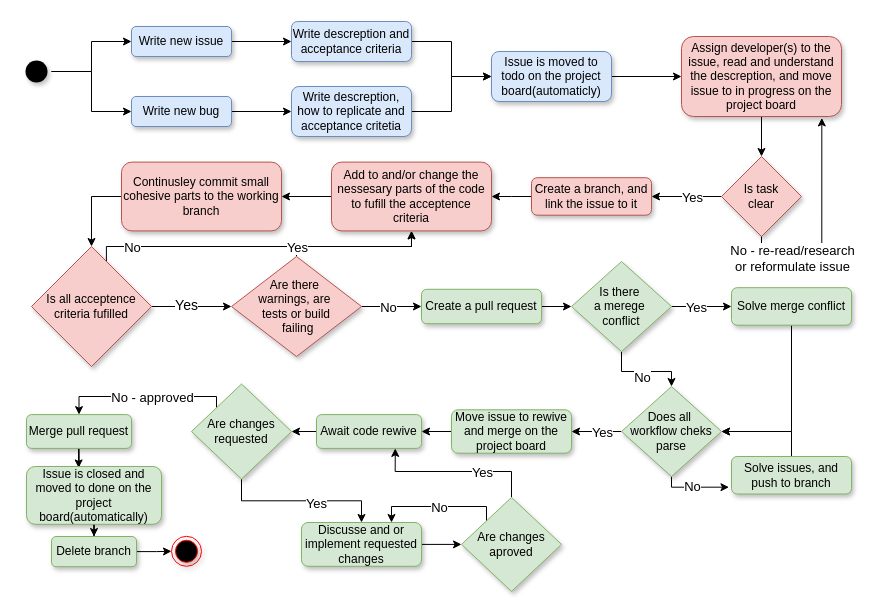
ITU-BDSA2024-GROUP10/Chirp keeps this draw.io diagram as docs/models/FromIssueToMerged.drawio. Above is the earlier version. Source tidied: cells renumbered, new cells numbered last; positions are measured from the earlier drawing's top-left corner, leaving out a move shared by most shapes. Both pictures are drawn from the tidied source at 100%, with x=0, y=0 at pixel (21, 21).
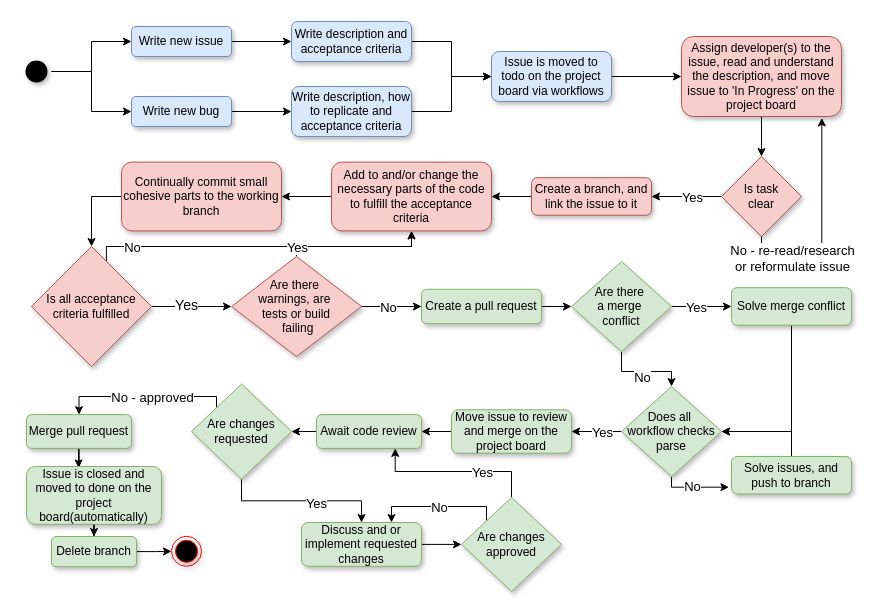
The same page after the edit.

Commit message:
Corrected spelling and wording

What changed in the source:
```diff
@@
-    <mxCell id="10" value="Write descreption and acceptance criteria" style="rounded=1;whiteSpace=wrap;html=1;shadow=1;fillColor=#dae8fc;strokeColor=#6c8ebf;" parent="1" vertex="1">
+    <mxCell id="10" value="Write description and acceptance criteria" style="rounded=1;whiteSpace=wrap;html=1;shadow=1;fillColor=#dae8fc;strokeColor=#6c8ebf;" parent="1" vertex="1">
       <mxGeometry x="270" width="120" height="40" as="geometry" />
     </mxCell>
@@
-    <mxCell id="12" value="Write descreption, how to replicate and acceptance critetia" style="rounded=1;whiteSpace=wrap;html=1;shadow=1;fillColor=#dae8fc;strokeColor=#6c8ebf;" parent="1" vertex="1">
+    <mxCell id="12" value="Write description, how to replicate and acceptance criteria" style="rounded=1;whiteSpace=wrap;html=1;shadow=1;fillColor=#dae8fc;strokeColor=#6c8ebf;" parent="1" vertex="1">
       <mxGeometry x="270" y="65" width="120" height="50" as="geometry" />
     </mxCell>
@@
-    <mxCell id="14" value="Issue is moved to todo on the project board(automaticly)" style="rounded=1;whiteSpace=wrap;html=1;shadow=1;fillColor=#dae8fc;strokeColor=#6c8ebf;" parent="1" vertex="1">
+    <mxCell id="14" value="Issue is moved to todo on the project board via workflows" style="rounded=1;whiteSpace=wrap;html=1;shadow=1;fillColor=#dae8fc;strokeColor=#6c8ebf;" parent="1" vertex="1">
       <mxGeometry x="470" y="30" width="120" height="50" as="geometry" />
     </mxCell>
@@
-    <mxCell id="16" value="Assign developer(s) to the issue, read and understand the descreption, and move issue to in progress on the project board" style="rounded=1;whiteSpace=wrap;html=1;shadow=1;fillColor=#f8cecc;strokeColor=#b85450;" parent="1" vertex="1">
+    <mxCell id="16" value="Assign developer(s) to the issue, read and understand the description, and move issue to 'In Progress' on the project board" style="rounded=1;whiteSpace=wrap;html=1;shadow=1;fillColor=#f8cecc;strokeColor=#b85450;" parent="1" vertex="1">
       <mxGeometry x="660" y="15" width="160" height="80" as="geometry" />
     </mxCell>
@@
-    <mxCell id="25" value="Add to and/or change the nessesary parts of the code to fufill the acceptence criteria" style="rounded=1;whiteSpace=wrap;html=1;shadow=1;fillColor=#f8cecc;strokeColor=#b85450;" parent="1" vertex="1">
+    <mxCell id="25" value="Add to and/or change the necessary parts of the code to fulfill the acceptance criteria" style="rounded=1;whiteSpace=wrap;html=1;shadow=1;fillColor=#f8cecc;strokeColor=#b85450;" parent="1" vertex="1">
       <mxGeometry x="310" y="140.6" width="160" height="68.8" as="geometry" />
     </mxCell>
@@
-    <mxCell id="27" value="Continusley commit small cohesive parts to the working branch" style="rounded=1;whiteSpace=wrap;html=1;shadow=1;fillColor=#f8cecc;strokeColor=#b85450;" parent="1" vertex="1">
+    <mxCell id="27" value="Continually commit small cohesive parts to the working branch" style="rounded=1;whiteSpace=wrap;html=1;shadow=1;fillColor=#f8cecc;strokeColor=#b85450;" parent="1" vertex="1">
       <mxGeometry x="100" y="140.6" width="160" height="68.8" as="geometry" />
     </mxCell>
@@
-    <mxCell id="32" value="Is all acceptence criteria fufilled" style="rhombus;whiteSpace=wrap;html=1;shadow=1;fillColor=#f8cecc;strokeColor=#b85450;" parent="1" vertex="1">
+    <mxCell id="32" value="Is all acceptance criteria fulfilled" style="rhombus;whiteSpace=wrap;html=1;shadow=1;fillColor=#f8cecc;strokeColor=#b85450;" parent="1" vertex="1">
       <mxGeometry x="10" y="225" width="120" height="120" as="geometry" />
     </mxCell>
@@
-    <mxCell id="44" value="Is there&amp;nbsp;&lt;div&gt;a merege&amp;nbsp;&lt;/div&gt;&lt;div&gt;conflict&lt;/div&gt;" style="rhombus;whiteSpace=wrap;html=1;shadow=1;fillColor=#d5e8d4;strokeColor=#82b366;" parent="1" vertex="1">
+    <mxCell id="44" value="Are there&amp;nbsp;&lt;div&gt;a merge&amp;nbsp;&lt;/div&gt;&lt;div&gt;conflict&lt;/div&gt;" style="rhombus;whiteSpace=wrap;html=1;shadow=1;fillColor=#d5e8d4;strokeColor=#82b366;" parent="1" vertex="1">
       <mxGeometry x="550" y="240" width="100" height="90" as="geometry" />
     </mxCell>
@@
-    <mxCell id="51" value="Does all&amp;nbsp;&lt;div&gt;workflow cheks parse&lt;/div&gt;" style="rhombus;whiteSpace=wrap;html=1;shadow=1;fillColor=#d5e8d4;strokeColor=#82b366;" parent="1" vertex="1">
+    <mxCell id="51" value="Does all&amp;nbsp;&lt;div&gt;workflow checks parse&lt;/div&gt;" style="rhombus;whiteSpace=wrap;html=1;shadow=1;fillColor=#d5e8d4;strokeColor=#82b366;" parent="1" vertex="1">
       <mxGeometry x="600" y="365" width="100" height="90" as="geometry" />
     </mxCell>
@@
-    <mxCell id="53" value="&lt;div&gt;Move issue to rewive and merge on the project board&lt;br&gt;&lt;/div&gt;" style="rounded=1;whiteSpace=wrap;html=1;shadow=1;fillColor=#d5e8d4;strokeColor=#82b366;" parent="1" vertex="1">
+    <mxCell id="53" value="&lt;div&gt;Move issue to review and merge on the project board&lt;br&gt;&lt;/div&gt;" style="rounded=1;whiteSpace=wrap;html=1;shadow=1;fillColor=#d5e8d4;strokeColor=#82b366;" parent="1" vertex="1">
       <mxGeometry x="430" y="388.3" width="120" height="43.4" as="geometry" />
     </mxCell>
@@
-    <mxCell id="62" value="&lt;div&gt;Discusse and or implement requested changes&lt;/div&gt;" style="rounded=1;whiteSpace=wrap;html=1;shadow=1;fillColor=#d5e8d4;strokeColor=#82b366;" parent="1" vertex="1">
+    <mxCell id="62" value="&lt;div&gt;Discuss and or implement requested changes&lt;/div&gt;" style="rounded=1;whiteSpace=wrap;html=1;shadow=1;fillColor=#d5e8d4;strokeColor=#82b366;" parent="1" vertex="1">
       <mxGeometry x="280" y="501" width="120" height="43.8" as="geometry" />
     </mxCell>
@@
-    <mxCell id="67" value="Are changes aproved" style="rhombus;whiteSpace=wrap;html=1;shadow=1;fillColor=#d5e8d4;strokeColor=#82b366;" parent="1" vertex="1">
+    <mxCell id="67" value="Are changes approved" style="rhombus;whiteSpace=wrap;html=1;shadow=1;fillColor=#d5e8d4;strokeColor=#82b366;" parent="1" vertex="1">
       <mxGeometry x="440" y="475.9" width="100" height="94" as="geometry" />
     </mxCell>
@@
-    <mxCell id="69" value="Await code rewive" style="rounded=1;whiteSpace=wrap;html=1;shadow=1;fillColor=#d5e8d4;strokeColor=#82b366;" parent="1" vertex="1">
+    <mxCell id="69" value="Await code review" style="rounded=1;whiteSpace=wrap;html=1;shadow=1;fillColor=#d5e8d4;strokeColor=#82b366;" parent="1" vertex="1">
       <mxGeometry x="295" y="393.1" width="105" height="33.8" as="geometry" />
     </mxCell>
```
